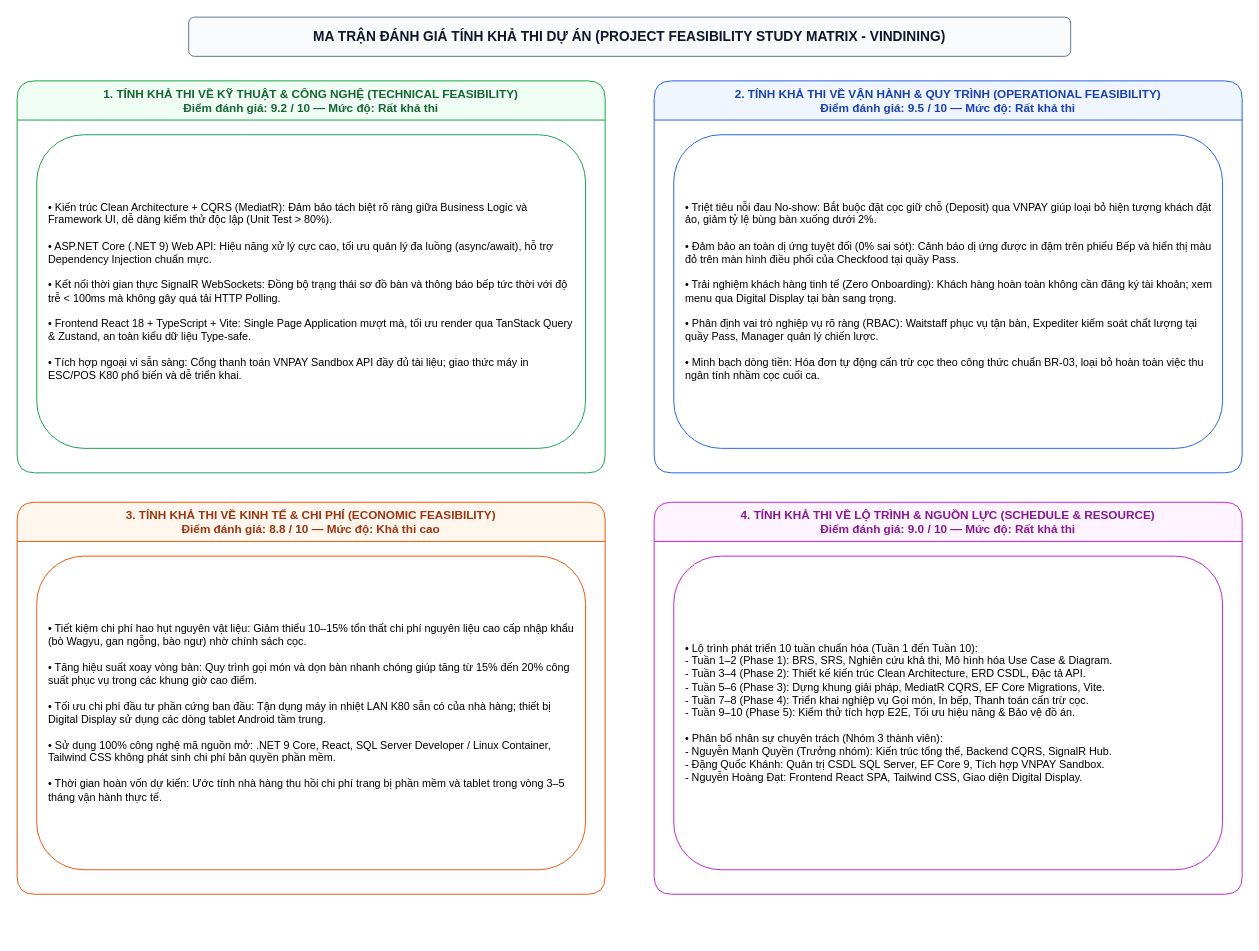
Above: docs/phase1/drawio/feasibility_matrix.drawio in AndrewQng/VinDining (draw.io), before the change. Source tidied: cells renumbered, new cells numbered last; positions are measured from the earlier drawing's top-left corner, leaving out a move shared by most shapes. Both pictures are drawn from the tidied source at 98%, with x=0, y=0 at pixel (17, 17).
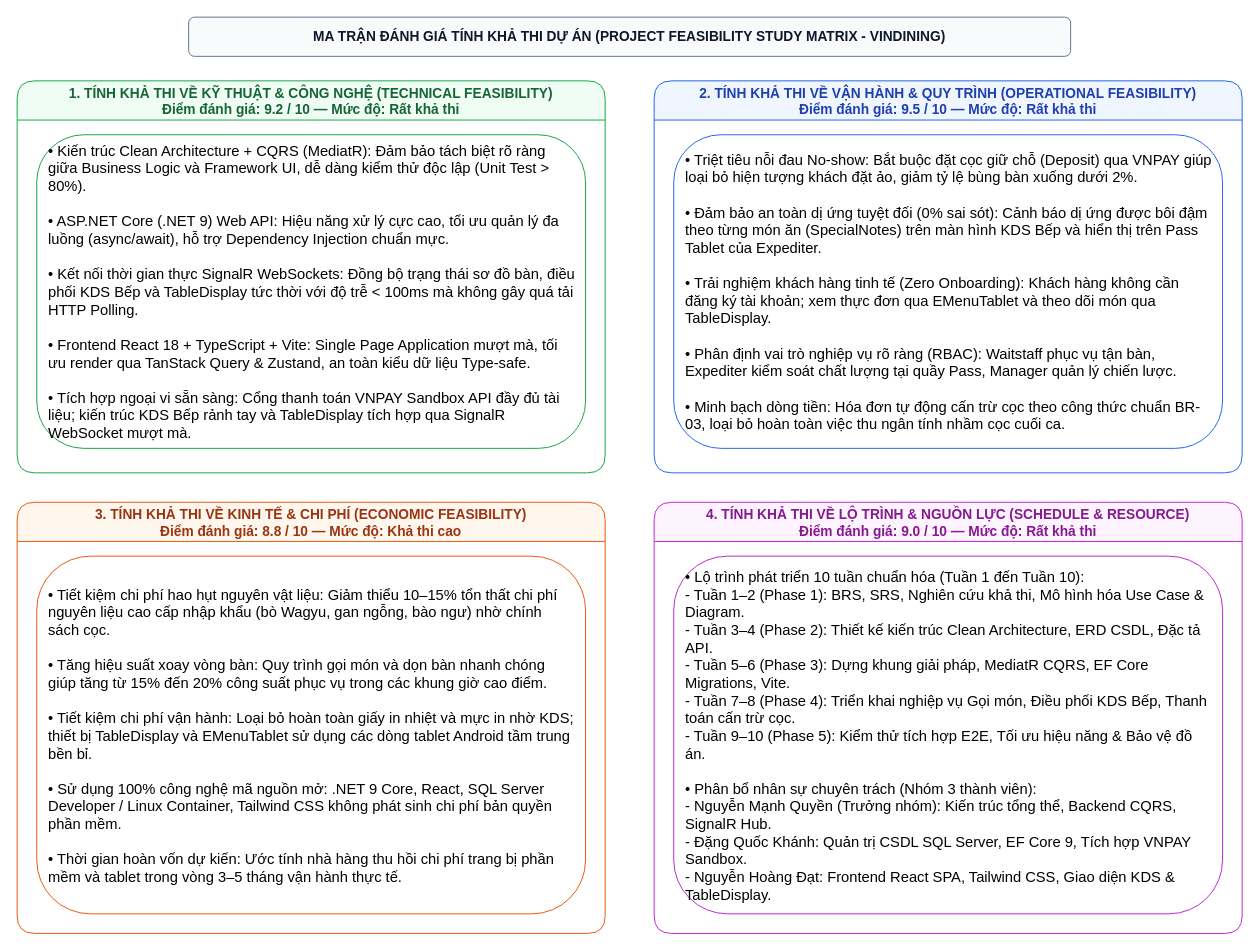
After the change.

The edit, as a diff of the source:
```diff
@@
 <mxGraphModel>
   <root>
     <mxCell id="0" />
     <mxCell id="1" parent="0" />
     <mxCell id="2" value="MA TRẬN ĐÁNH GIÁ TÍNH KHẢ THI DỰ ÁN (PROJECT FEASIBILITY STUDY MATRIX - VINDINING)" style="rounded=1;whiteSpace=wrap;html=1;fillColor=#f8fafc;strokeColor=#64748b;fontStyle=1;fontSize=14;fontColor=#0f172a;" parent="1" vertex="1">
       <mxGeometry x="175" width="900" height="40" as="geometry" />
     </mxCell>
-    <mxCell id="3" value="1. TÍNH KHẢ THI VỀ KỸ THUẬT &amp; CÔNG NGHỆ (TECHNICAL FEASIBILITY)&#10;Điểm đánh giá: 9.2 / 10 — Mức độ: Rất khả thi" style="swimlane;startSize=40;fillColor=#f0fdf4;strokeColor=#16a34a;fontStyle=1;rounded=1;fontSize=12;fontColor=#166534;" parent="1" vertex="1">
+    <mxCell id="3" value="1. TÍNH KHẢ THI VỀ KỸ THUẬT &amp; CÔNG NGHỆ (TECHNICAL FEASIBILITY)&#10;Điểm đánh giá: 9.2 / 10 — Mức độ: Rất khả thi" style="swimlane;startSize=40;fillColor=#f0fdf4;strokeColor=#16a34a;fontStyle=1;rounded=1;fontSize=14;fontColor=#166534;" parent="1" vertex="1">
       <mxGeometry y="65" width="600" height="400" as="geometry" />
     </mxCell>
-    <mxCell id="4" value="• Kiến trúc Clean Architecture + CQRS (MediatR): Đảm bảo tách biệt rõ ràng giữa Business Logic và Framework UI, dễ dàng kiểm thử độc lập (Unit Test &gt; 80%).&#10;&#10;• ASP.NET Core (.NET 9) Web API: Hiệu năng xử lý cực cao, tối ưu quản lý đa luồng (async/await), hỗ trợ Dependency Injection chuẩn mực.&#10;&#10;• Kết nối thời gian thực SignalR WebSockets: Đồng bộ trạng thái sơ đồ bàn và thông báo bếp tức thời với độ trễ &lt; 100ms mà không gây quá tải HTTP Polling.&#10;&#10;• Frontend React 18 + TypeScript + Vite: Single Page Application mượt mà, tối ưu render qua TanStack Query &amp; Zustand, an toàn kiểu dữ liệu Type-safe.&#10;&#10;• Tích hợp ngoại vi sẵn sàng: Cổng thanh toán VNPAY Sandbox API đầy đủ tài liệu; giao thức máy in ESC/POS K80 phổ biến và dễ triển khai." style="rounded=1;whiteSpace=wrap;html=1;fillColor=#ffffff;strokeColor=#16a34a;align=left;spacing=12;fontSize=11;lineHeight=1.4;" parent="3" vertex="1">
+    <mxCell id="4" value="&lt;font style=&quot;font-size: 15px;&quot;&gt;• Kiến trúc Clean Architecture + CQRS (MediatR): Đảm bảo tách biệt rõ ràng giữa Business Logic và Framework UI, dễ dàng kiểm thử độc lập (Unit Test &amp;gt; 80%).&lt;br&gt;&lt;br&gt;• ASP.NET Core (.NET 9) Web API: Hiệu năng xử lý cực cao, tối ưu quản lý đa luồng (async/await), hỗ trợ Dependency Injection chuẩn mực.&lt;br&gt;&lt;br&gt;• Kết nối thời gian thực SignalR WebSockets: Đồng bộ trạng thái sơ đồ bàn, điều phối KDS Bếp và TableDisplay tức thời với độ trễ &amp;lt; 100ms mà không gây quá tải HTTP Polling.&lt;br&gt;&lt;br&gt;• Frontend React 18 + TypeScript + Vite: Single Page Application mượt mà, tối ưu render qua TanStack Query &amp;amp; Zustand, an toàn kiểu dữ liệu Type-safe.&lt;br&gt;&lt;br&gt;• Tích hợp ngoại vi sẵn sàng: Cổng thanh toán VNPAY Sandbox API đầy đủ tài liệu; kiến trúc KDS Bếp rảnh tay và TableDisplay tích hợp qua SignalR WebSocket mượt mà.&lt;/font&gt;" style="rounded=1;whiteSpace=wrap;html=1;fillColor=#ffffff;strokeColor=#16a34a;align=left;spacing=12;fontSize=14;lineHeight=1.4;" parent="3" vertex="1">
       <mxGeometry x="20" y="55" width="560" height="320" as="geometry" />
     </mxCell>
-    <mxCell id="5" value="2. TÍNH KHẢ THI VỀ VẬN HÀNH &amp; QUY TRÌNH (OPERATIONAL FEASIBILITY)&#10;Điểm đánh giá: 9.5 / 10 — Mức độ: Rất khả thi" style="swimlane;startSize=40;fillColor=#eff6ff;strokeColor=#2563eb;fontStyle=1;rounded=1;fontSize=12;fontColor=#1e40af;" parent="1" vertex="1">
+    <mxCell id="5" value="2. TÍNH KHẢ THI VỀ VẬN HÀNH &amp; QUY TRÌNH (OPERATIONAL FEASIBILITY)&#10;Điểm đánh giá: 9.5 / 10 — Mức độ: Rất khả thi" style="swimlane;startSize=40;fillColor=#eff6ff;strokeColor=#2563eb;fontStyle=1;rounded=1;fontSize=14;fontColor=#1e40af;" parent="1" vertex="1">
       <mxGeometry x="650" y="65" width="600" height="400" as="geometry" />
     </mxCell>
-    <mxCell id="6" value="• Triệt tiêu nỗi đau No-show: Bắt buộc đặt cọc giữ chỗ (Deposit) qua VNPAY giúp loại bỏ hiện tượng khách đặt ảo, giảm tỷ lệ bùng bàn xuống dưới 2%.&#10;&#10;• Đảm bảo an toàn dị ứng tuyệt đối (0% sai sót): Cảnh báo dị ứng được in đậm trên phiếu Bếp và hiển thị màu đỏ trên màn hình điều phối của Checkfood tại quầy Pass.&#10;&#10;• Trải nghiệm khách hàng tinh tế (Zero Onboarding): Khách hàng hoàn toàn không cần đăng ký tài khoản; xem menu qua Digital Display tại bàn sang trọng.&#10;&#10;• Phân định vai trò nghiệp vụ rõ ràng (RBAC): Waitstaff phục vụ tận bàn, Expediter kiểm soát chất lượng tại quầy Pass, Manager quản lý chiến lược.&#10;&#10;• Minh bạch dòng tiền: Hóa đơn tự động cấn trừ cọc theo công thức chuẩn BR-03, loại bỏ hoàn toàn việc thu ngân tính nhầm cọc cuối ca." style="rounded=1;whiteSpace=wrap;html=1;fillColor=#ffffff;strokeColor=#2563eb;align=left;spacing=12;fontSize=11;lineHeight=1.4;" parent="5" vertex="1">
+    <mxCell id="6" value="&lt;font style=&quot;font-size: 15px;&quot;&gt;• Triệt tiêu nỗi đau No-show: Bắt buộc đặt cọc giữ chỗ (Deposit) qua VNPAY giúp loại bỏ hiện tượng khách đặt ảo, giảm tỷ lệ bùng bàn xuống dưới 2%.&lt;br&gt;&lt;br&gt;• Đảm bảo an toàn dị ứng tuyệt đối (0% sai sót): Cảnh báo dị ứng được bôi đậm theo từng món ăn (SpecialNotes) trên màn hình KDS Bếp và hiển thị trên Pass Tablet của Expediter.&lt;br&gt;&lt;br&gt;• Trải nghiệm khách hàng tinh tế (Zero Onboarding): Khách hàng không cần đăng ký tài khoản; xem thực đơn qua EMenuTablet và theo dõi món qua TableDisplay.&lt;br&gt;&lt;br&gt;• Phân định vai trò nghiệp vụ rõ ràng (RBAC): Waitstaff phục vụ tận bàn, Expediter kiểm soát chất lượng tại quầy Pass, Manager quản lý chiến lược.&lt;br&gt;&lt;br&gt;• Minh bạch dòng tiền: Hóa đơn tự động cấn trừ cọc theo công thức chuẩn BR-03, loại bỏ hoàn toàn việc thu ngân tính nhầm cọc cuối ca.&lt;/font&gt;" style="rounded=1;whiteSpace=wrap;html=1;fillColor=#ffffff;strokeColor=#2563eb;align=left;spacing=12;fontSize=14;lineHeight=1.4;" parent="5" vertex="1">
       <mxGeometry x="20" y="55" width="560" height="320" as="geometry" />
     </mxCell>
-    <mxCell id="7" value="3. TÍNH KHẢ THI VỀ KINH TẾ &amp; CHI PHÍ (ECONOMIC FEASIBILITY)&#10;Điểm đánh giá: 8.8 / 10 — Mức độ: Khả thi cao" style="swimlane;startSize=40;fillColor=#fff7ed;strokeColor=#ea580c;fontStyle=1;rounded=1;fontSize=12;fontColor=#9a3412;" parent="1" vertex="1">
-      <mxGeometry y="495" width="600" height="400" as="geometry" />
+    <mxCell id="7" value="3. TÍNH KHẢ THI VỀ KINH TẾ &amp; CHI PHÍ (ECONOMIC FEASIBILITY)&#10;Điểm đánh giá: 8.8 / 10 — Mức độ: Khả thi cao" style="swimlane;startSize=40;fillColor=#fff7ed;strokeColor=#ea580c;fontStyle=1;rounded=1;fontSize=14;fontColor=#9a3412;" parent="1" vertex="1">
+      <mxGeometry y="495" width="600" height="440" as="geometry" />
     </mxCell>
-    <mxCell id="8" value="• Tiết kiệm chi phí hao hụt nguyên vật liệu: Giảm thiểu 10–15% tổn thất chi phí nguyên liệu cao cấp nhập khẩu (bò Wagyu, gan ngỗng, bào ngư) nhờ chính sách cọc.&#10;&#10;• Tăng hiệu suất xoay vòng bàn: Quy trình gọi món và dọn bàn nhanh chóng giúp tăng từ 15% đến 20% công suất phục vụ trong các khung giờ cao điểm.&#10;&#10;• Tối ưu chi phí đầu tư phần cứng ban đầu: Tận dụng máy in nhiệt LAN K80 sẵn có của nhà hàng; thiết bị Digital Display sử dụng các dòng tablet Android tầm trung.&#10;&#10;• Sử dụng 100% công nghệ mã nguồn mở: .NET 9 Core, React, SQL Server Developer / Linux Container, Tailwind CSS không phát sinh chi phí bản quyền phần mềm.&#10;&#10;• Thời gian hoàn vốn dự kiến: Ước tính nhà hàng thu hồi chi phí trang bị phần mềm và tablet trong vòng 3–5 tháng vận hành thực tế." style="rounded=1;whiteSpace=wrap;html=1;fillColor=#ffffff;strokeColor=#ea580c;align=left;spacing=12;fontSize=11;lineHeight=1.4;" parent="7" vertex="1">
-      <mxGeometry x="20" y="55" width="560" height="320" as="geometry" />
+    <mxCell id="8" value="&lt;font style=&quot;font-size: 15px;&quot;&gt;• Tiết kiệm chi phí hao hụt nguyên vật liệu: Giảm thiểu 10–15% tổn thất chi phí nguyên liệu cao cấp nhập khẩu (bò Wagyu, gan ngỗng, bào ngư) nhờ chính sách cọc.&lt;br&gt;&lt;br&gt;• Tăng hiệu suất xoay vòng bàn: Quy trình gọi món và dọn bàn nhanh chóng giúp tăng từ 15% đến 20% công suất phục vụ trong các khung giờ cao điểm.&lt;br&gt;&lt;br&gt;• Tiết kiệm chi phí vận hành: Loại bỏ hoàn toàn giấy in nhiệt và mực in nhờ KDS; thiết bị TableDisplay và EMenuTablet sử dụng các dòng tablet Android tầm trung bền bỉ.&lt;br&gt;&lt;br&gt;• Sử dụng 100% công nghệ mã nguồn mở: .NET 9 Core, React, SQL Server Developer / Linux Container, Tailwind CSS không phát sinh chi phí bản quyền phần mềm.&lt;br&gt;&lt;br&gt;• Thời gian hoàn vốn dự kiến: Ước tính nhà hàng thu hồi chi phí trang bị phần mềm và tablet trong vòng 3–5 tháng vận hành thực tế.&lt;/font&gt;" style="rounded=1;whiteSpace=wrap;html=1;fillColor=#ffffff;strokeColor=#ea580c;align=left;spacing=12;fontSize=14;lineHeight=1.4;" parent="7" vertex="1">
+      <mxGeometry x="20" y="55" width="560" height="365" as="geometry" />
     </mxCell>
-    <mxCell id="9" value="4. TÍNH KHẢ THI VỀ LỘ TRÌNH &amp; NGUỒN LỰC (SCHEDULE &amp; RESOURCE)&#10;Điểm đánh giá: 9.0 / 10 — Mức độ: Rất khả thi" style="swimlane;startSize=40;fillColor=#fdf4ff;strokeColor=#c026d3;fontStyle=1;rounded=1;fontSize=12;fontColor=#86198f;" parent="1" vertex="1">
-      <mxGeometry x="650" y="495" width="600" height="400" as="geometry" />
+    <mxCell id="9" value="4. TÍNH KHẢ THI VỀ LỘ TRÌNH &amp; NGUỒN LỰC (SCHEDULE &amp; RESOURCE)&#10;Điểm đánh giá: 9.0 / 10 — Mức độ: Rất khả thi" style="swimlane;startSize=40;fillColor=#fdf4ff;strokeColor=#c026d3;fontStyle=1;rounded=1;fontSize=14;fontColor=#86198f;" parent="1" vertex="1">
+      <mxGeometry x="650" y="495" width="600" height="440" as="geometry" />
     </mxCell>
-    <mxCell id="10" value="• Lộ trình phát triển 10 tuần chuẩn hóa (Tuần 1 đến Tuần 10):&#10;  - Tuần 1–2 (Phase 1): BRS, SRS, Nghiên cứu khả thi, Mô hình hóa Use Case &amp; Diagram.&#10;  - Tuần 3–4 (Phase 2): Thiết kế kiến trúc Clean Architecture, ERD CSDL, Đặc tả API.&#10;  - Tuần 5–6 (Phase 3): Dựng khung giải pháp, MediatR CQRS, EF Core Migrations, Vite.&#10;  - Tuần 7–8 (Phase 4): Triển khai nghiệp vụ Gọi món, In bếp, Thanh toán cấn trừ cọc.&#10;  - Tuần 9–10 (Phase 5): Kiểm thử tích hợp E2E, Tối ưu hiệu năng &amp; Bảo vệ đồ án.&#10;&#10;• Phân bổ nhân sự chuyên trách (Nhóm 3 thành viên):&#10;  - Nguyễn Mạnh Quyền (Trưởng nhóm): Kiến trúc tổng thể, Backend CQRS, SignalR Hub.&#10;  - Đặng Quốc Khánh: Quản trị CSDL SQL Server, EF Core 9, Tích hợp VNPAY Sandbox.&#10;  - Nguyễn Hoàng Đạt: Frontend React SPA, Tailwind CSS, Giao diện Digital Display." style="rounded=1;whiteSpace=wrap;html=1;fillColor=#ffffff;strokeColor=#c026d3;align=left;spacing=12;fontSize=11;lineHeight=1.4;" parent="9" vertex="1">
-      <mxGeometry x="20" y="55" width="560" height="320" as="geometry" />
+    <mxCell id="10" value="&lt;font style=&quot;font-size: 15px;&quot;&gt;• Lộ trình phát triển 10 tuần chuẩn hóa (Tuần 1 đến Tuần 10):&lt;br&gt;  - Tuần 1–2 (Phase 1): BRS, SRS, Nghiên cứu khả thi, Mô hình hóa Use Case &amp;amp; Diagram.&lt;br&gt;  - Tuần 3–4 (Phase 2): Thiết kế kiến trúc Clean Architecture, ERD CSDL, Đặc tả API.&lt;br&gt;  - Tuần 5–6 (Phase 3): Dựng khung giải pháp, MediatR CQRS, EF Core Migrations, Vite.&lt;br&gt;  - Tuần 7–8 (Phase 4): Triển khai nghiệp vụ Gọi món, Điều phối KDS Bếp, Thanh toán cấn trừ cọc.&lt;br&gt;  - Tuần 9–10 (Phase 5): Kiểm thử tích hợp E2E, Tối ưu hiệu năng &amp;amp; Bảo vệ đồ án.&lt;br&gt;&lt;br&gt;• Phân bổ nhân sự chuyên trách (Nhóm 3 thành viên):&lt;br&gt;  - Nguyễn Mạnh Quyền (Trưởng nhóm): Kiến trúc tổng thể, Backend CQRS, SignalR Hub.&lt;br&gt;  - Đặng Quốc Khánh: Quản trị CSDL SQL Server, EF Core 9, Tích hợp VNPAY Sandbox.&lt;br&gt;  - Nguyễn Hoàng Đạt: Frontend React SPA, Tailwind CSS, Giao diện KDS &amp;amp; TableDisplay.&lt;/font&gt;" style="rounded=1;whiteSpace=wrap;html=1;fillColor=#ffffff;strokeColor=#c026d3;align=left;spacing=12;fontSize=14;lineHeight=1.4;" parent="9" vertex="1">
+      <mxGeometry x="20" y="55" width="560" height="365" as="geometry" />
     </mxCell>
   </root>
 </mxGraphModel>
```
